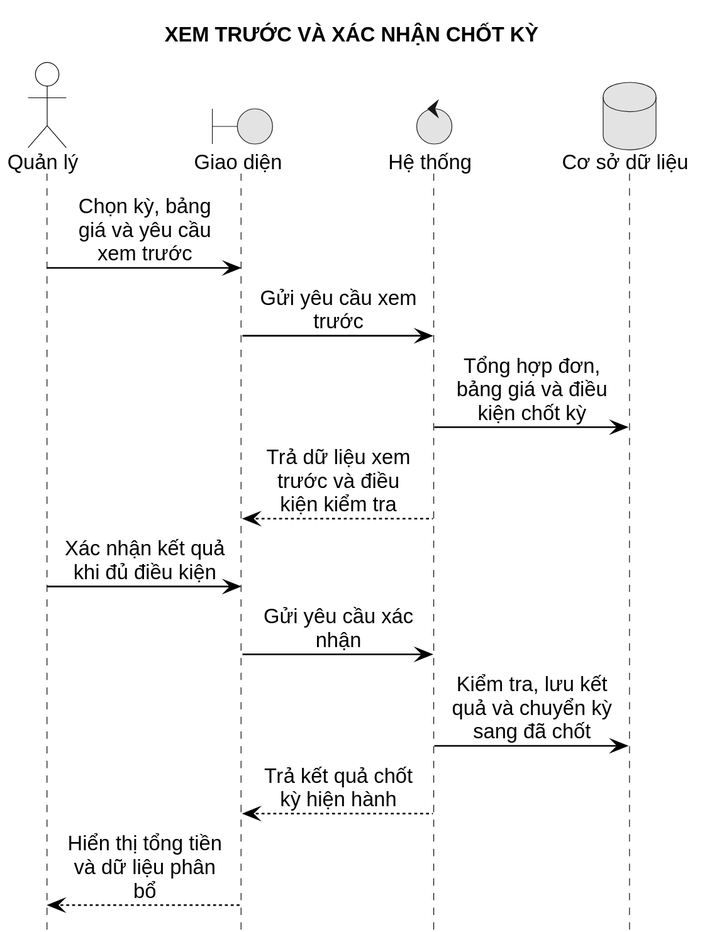
This is LVTN/diagrams/ch03/sequence-settle-period.svg from Miikey24s/gtas_vpp, a PlantUML export, as it was before one commit.
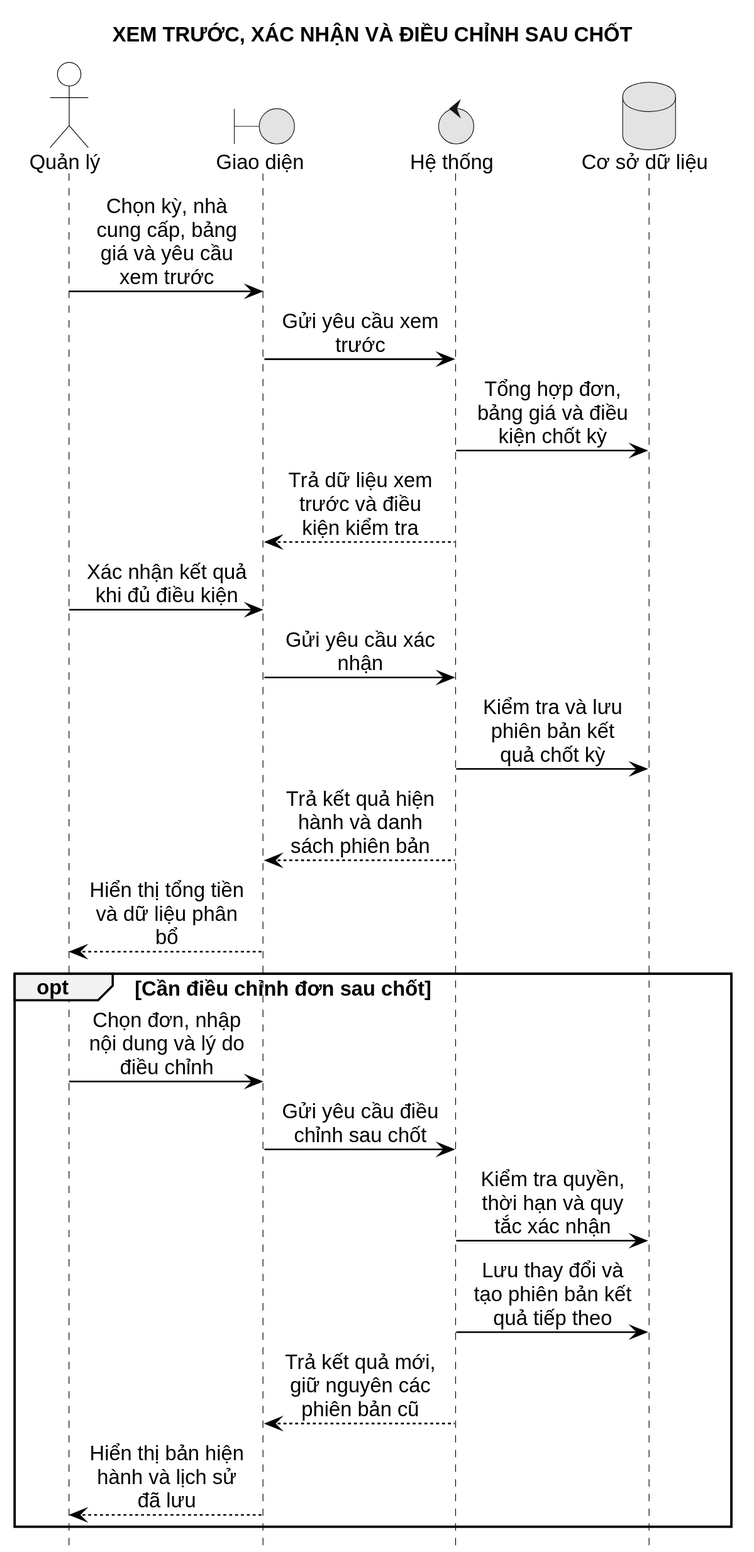
The same file after the commit.

The edit, as a diff of the source:
```diff
@@ -1,19 +1,28 @@
 @startuml
 !include ../common/sequence-style.puml
-title XEM TRƯỚC VÀ XÁC NHẬN CHỐT KỲ
+title XEM TRƯỚC, XÁC NHẬN VÀ ĐIỀU CHỈNH SAU CHỐT
 
 actor "Quản lý" as Manager
 boundary "Giao diện" as UI
 control "Hệ thống" as System
 database "Cơ sở dữ liệu" as DB
 
-Manager -> UI : Chọn kỳ, bảng giá và yêu cầu xem trước
+Manager -> UI : Chọn kỳ, nhà cung cấp, bảng giá và yêu cầu xem trước
 UI -> System : Gửi yêu cầu xem trước
 System -> DB : Tổng hợp đơn, bảng giá và điều kiện chốt kỳ
 System --> UI : Trả dữ liệu xem trước và điều kiện kiểm tra
 Manager -> UI : Xác nhận kết quả khi đủ điều kiện
 UI -> System : Gửi yêu cầu xác nhận
-System -> DB : Kiểm tra, lưu kết quả và chuyển kỳ sang đã chốt
-System --> UI : Trả kết quả chốt kỳ hiện hành
+System -> DB : Kiểm tra và lưu phiên bản kết quả chốt kỳ
+System --> UI : Trả kết quả hiện hành và danh sách phiên bản
 UI --> Manager : Hiển thị tổng tiền và dữ liệu phân bổ
+
+opt Cần điều chỉnh đơn sau chốt
+  Manager -> UI : Chọn đơn, nhập nội dung và lý do điều chỉnh
+  UI -> System : Gửi yêu cầu điều chỉnh sau chốt
+  System -> DB : Kiểm tra quyền, thời hạn và quy tắc xác nhận
+  System -> DB : Lưu thay đổi và tạo phiên bản kết quả tiếp theo
+  System --> UI : Trả kết quả mới, giữ nguyên các phiên bản cũ
+  UI --> Manager : Hiển thị bản hiện hành và lịch sử đã lưu
+end
 @enduml
```
